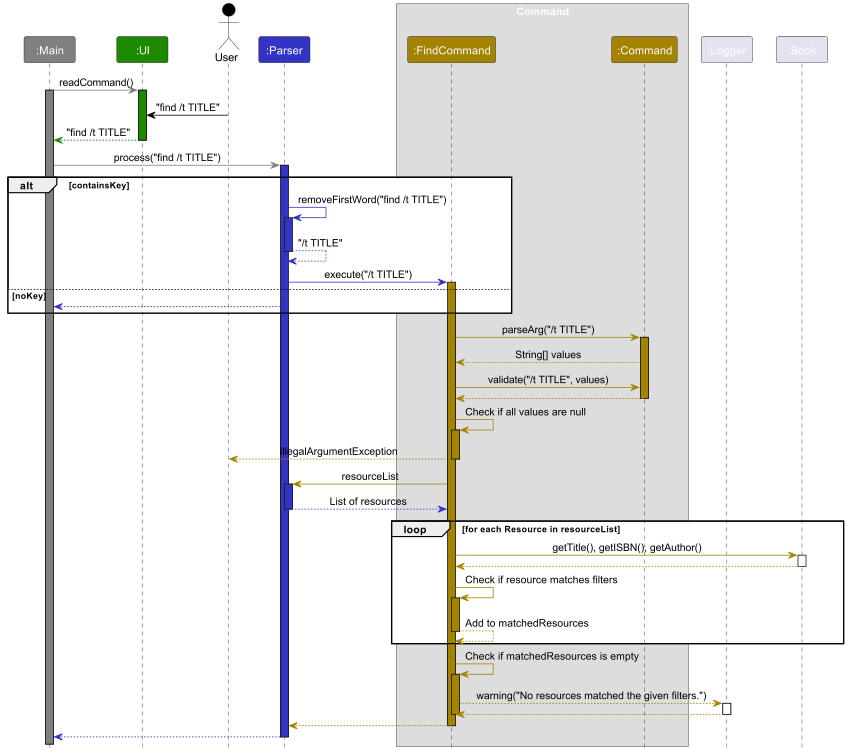
The PlantUML diagram docs/images/FindSequenceDiagram.png in yingx9/tp, before a commit. Its source is kept beside it as docs/diagram/FindSequenceDiagram.puml.
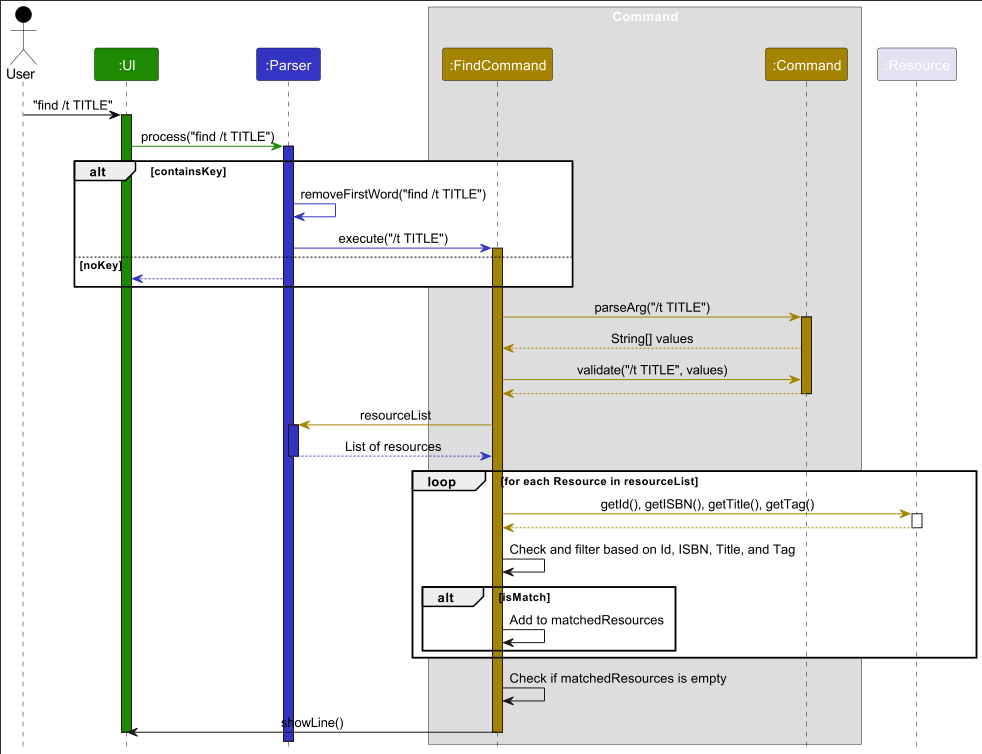
Later version of the same file.

Commit message:
Update Sequence diagram for Find

Change to the diagram source:
```diff
@@ -6,9 +6,8 @@
 
 skinparam ArrowFontStyle plain
 
-participant ":Main" as MAIN #grey
+Actor User as user USER_COLOR
 participant ":UI" as UI UI_COLOR
-Actor User as user USER_COLOR
 participant ":Parser" as PARSER PARSER_COLOR
 
 box Command
@@ -16,28 +15,20 @@
 participant ":Command" as COMMAND COMMAND_COLOR
 end box
 
-participant ":Logger" as LOGGER
-participant ":Book" as BOOK
+participant ":Resource" as RESOURCE
 
-MAIN -[#grey]> UI : readCommand()
-activate MAIN #grey
+user -[USER_COLOR]> UI : "find /t TITLE"
 activate UI UI_COLOR
 
-user -[USER_COLOR]> UI : "find /t TITLE"
-UI --[UI_COLOR]> MAIN : "find /t TITLE"
-deactivate UI UI_COLOR
-MAIN -[#grey]> PARSER : process("find /t TITLE")
+UI -[UI_COLOR]> PARSER : process("find /t TITLE")
 activate PARSER PARSER_COLOR
 
 alt containsKey
     PARSER -[PARSER_COLOR]> PARSER: removeFirstWord("find /t TITLE")
-    activate PARSER PARSER_COLOR
-    PARSER --[PARSER_COLOR]> PARSER : "/t TITLE"
-    deactivate PARSER PARSER_COLOR
     PARSER -[PARSER_COLOR]> FINDCOMMAND: execute("/t TITLE")
     activate FINDCOMMAND COMMAND_COLOR
 else noKey
-    PARSER --[PARSER_COLOR]> MAIN :
+    PARSER --[PARSER_COLOR]> UI :
 end
 
 FINDCOMMAND -[COMMAND_COLOR]> COMMAND : parseArg("/t TITLE")
@@ -46,13 +37,7 @@
 
 FINDCOMMAND -[COMMAND_COLOR]> COMMAND : validate("/t TITLE", values)
 COMMAND --[COMMAND_COLOR]> FINDCOMMAND :
-
 deactivate COMMAND COMMAND_COLOR
-
-FINDCOMMAND -[COMMAND_COLOR]> FINDCOMMAND : Check if all values are null
-activate FINDCOMMAND COMMAND_COLOR
-FINDCOMMAND --[COMMAND_COLOR]> user : IllegalArgumentException
-deactivate FINDCOMMAND COMMAND_COLOR
 
 FINDCOMMAND -[COMMAND_COLOR]> PARSER : resourceList
 activate PARSER PARSER_COLOR
@@ -60,29 +45,19 @@
 deactivate PARSER PARSER_COLOR
 
 loop for each Resource in resourceList
-    FINDCOMMAND -[COMMAND_COLOR]> BOOK: getTitle(), getISBN(), getAuthor()
-    activate BOOK
-    BOOK --[COMMAND_COLOR]> FINDCOMMAND
-    deactivate BOOK
-    FINDCOMMAND -[COMMAND_COLOR]> FINDCOMMAND : Check if resource matches filters
-    activate FINDCOMMAND COMMAND_COLOR
-    FINDCOMMAND --[COMMAND_COLOR]> FINDCOMMAND : Add to matchedResources
-    deactivate FINDCOMMAND COMMAND_COLOR
+    FINDCOMMAND -[COMMAND_COLOR]> RESOURCE: getId(), getISBN(), getTitle(), getTag()
+    activate RESOURCE
+    RESOURCE --[COMMAND_COLOR]> FINDCOMMAND
+    deactivate RESOURCE
+
+    FINDCOMMAND -> FINDCOMMAND : Check and filter based on Id, ISBN, Title, and Tag
+    alt isMatch
+        FINDCOMMAND -> FINDCOMMAND : Add to matchedResources
+    end
 end
 
-FINDCOMMAND -[COMMAND_COLOR]> FINDCOMMAND : Check if matchedResources is empty
-activate FINDCOMMAND COMMAND_COLOR
-FINDCOMMAND --[COMMAND_COLOR]> LOGGER : warning("No resources matched the given filters.")
-activate LOGGER
-LOGGER --[COMMAND_COLOR]> FINDCOMMAND
-deactivate LOGGER
-
+FINDCOMMAND -> FINDCOMMAND : Check if matchedResources is empty
+FINDCOMMAND -> UI : showLine()
 deactivate FINDCOMMAND COMMAND_COLOR
-
-FINDCOMMAND --[COMMAND_COLOR]> PARSER
-deactivate FINDCOMMAND COMMAND_COLOR
-deactivate FINDCOMMAND COMMAND_COLOR
-
-PARSER --[PARSER_COLOR]> MAIN :
-deactivate PARSER PARSER_COLOR
+deactivate UI UI_COLOR
 @enduml
```
